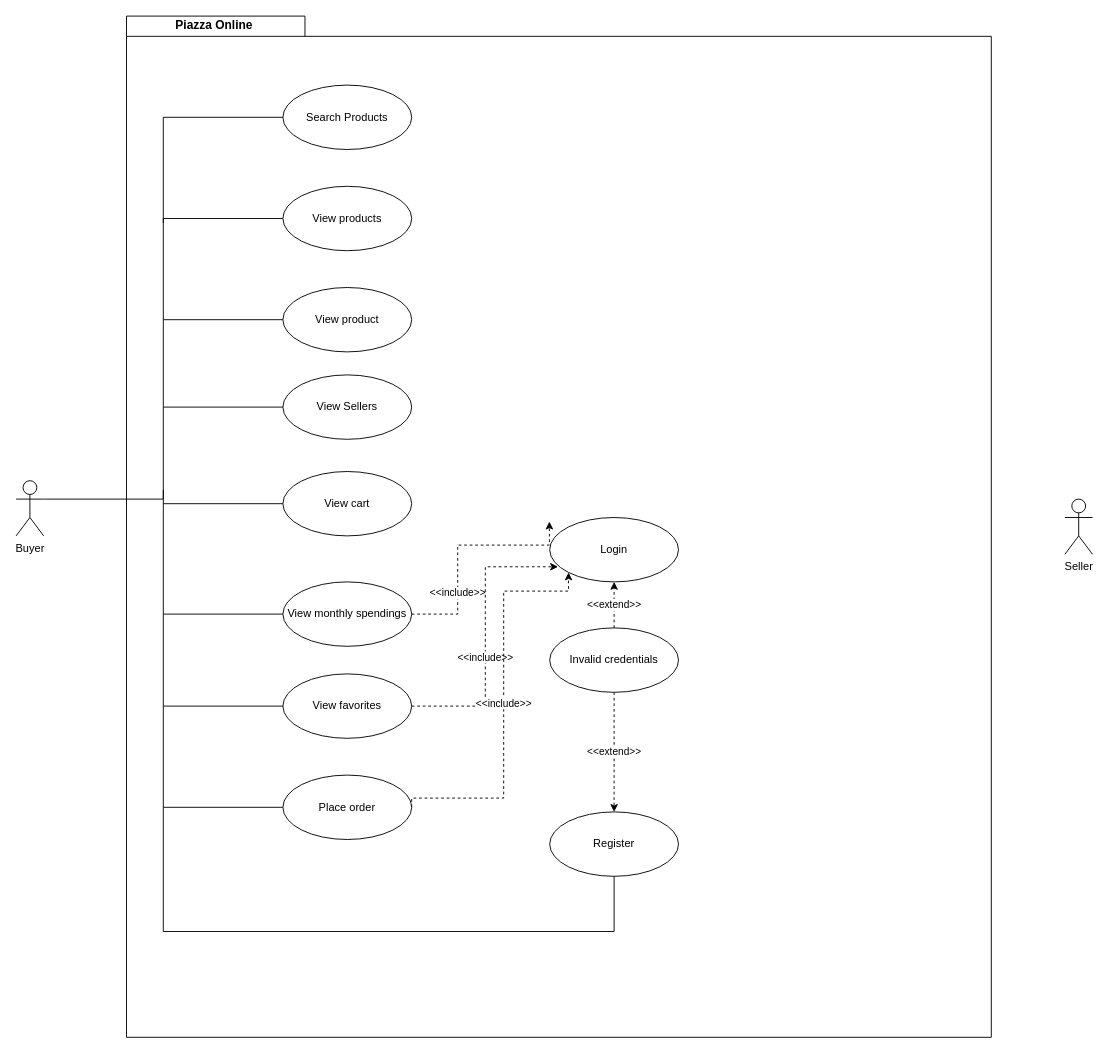
The draw.io diagram use_case_diagram.drawio in VladCiobotariu/InternshipProject, before the edit. Source tidied: cells renumbered, new cells numbered last; positions are measured from the earlier drawing's top-left corner, leaving out a move shared by most shapes. Both pictures are drawn from the tidied source at 92%, with x=0, y=0 at pixel (16, 16).
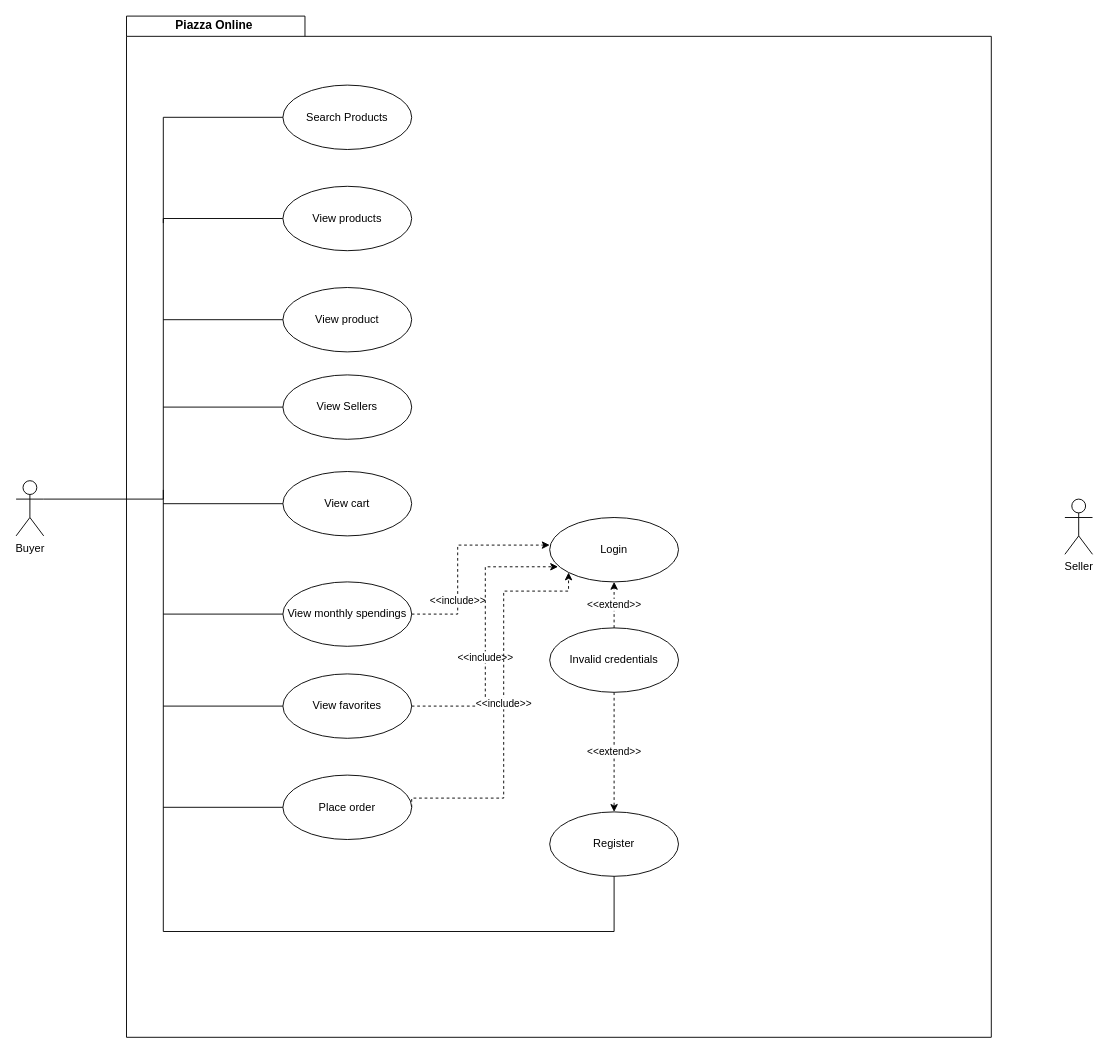
The same page after the edit.

Commit message:
modifications to uml diagram

The change refers to these unchanged cells:
```xml
<mxCell id="2" style="shape=folder;fontStyle=1;spacingTop=10;tabWidth=194;tabHeight=22;tabPosition=left;html=1;rounded=0;shadow=0;comic=0;labelBackgroundColor=none;strokeWidth=1;fillColor=none;fontFamily=Verdana;fontSize=10;align=center;" parent="1" vertex="1">
  <mxGeometry x="120" width="940" height="1110" as="geometry" />
</mxCell>
<mxCell id="11" value="View monthly spendings" style="ellipse;whiteSpace=wrap;html=1;" parent="1" vertex="1">
  <mxGeometry x="290" y="615" width="140" height="70" as="geometry" />
</mxCell>
```

Change to the diagram source:
```diff
@@
-    <mxCell id="10" value="&amp;lt;&amp;lt;include&amp;gt;&amp;gt;" style="edgeStyle=orthogonalEdgeStyle;rounded=0;jettySize=auto;html=1;exitX=1;exitY=0.5;exitDx=0;exitDy=0;dashed=1;entryX=0.489;entryY=0.495;entryDx=0;entryDy=0;entryPerimeter=0;" parent="1" edge="1" source="11" target="2">
+    <mxCell id="10" value="&amp;lt;&amp;lt;include&amp;gt;&amp;gt;" style="edgeStyle=orthogonalEdgeStyle;rounded=0;jettySize=auto;html=1;exitX=1;exitY=0.5;exitDx=0;exitDy=0;dashed=1;" parent="1" edge="1" source="11">
       <mxGeometry x="-0.42" relative="1" as="geometry">
+        <mxPoint x="580" y="575" as="targetPoint" />
         <Array as="points">
           <mxPoint x="480" y="650" />
           <mxPoint x="480" y="575" />
         </Array>
       </mxGeometry>
     </mxCell>
```
